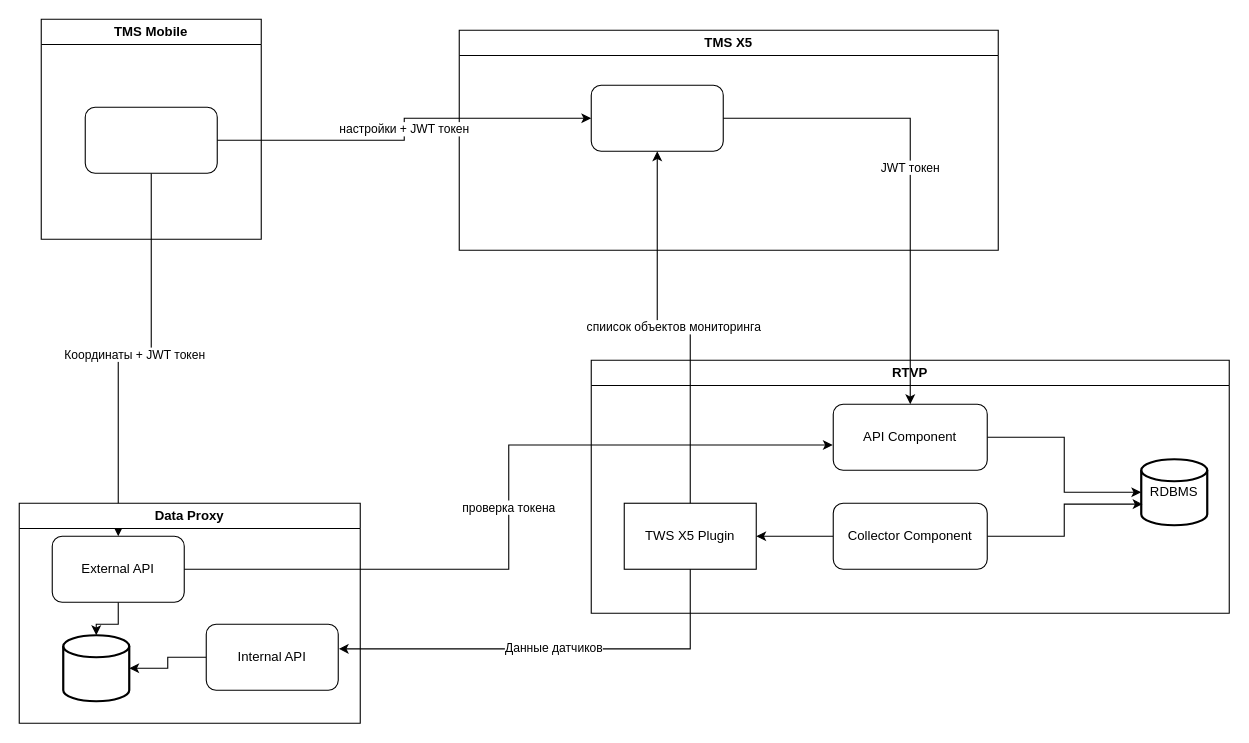
The draw.io diagram page "желательная" (1 of 2) of Untitled Diagram.drawio in andrewmashin/cv, before the edit. Source tidied: cells renumbered, new cells numbered last; positions are measured from the earlier drawing's top-left corner, leaving out a move shared by most shapes. Both pictures are drawn from the tidied source at 110%, with x=0, y=0 at pixel (19, 19).
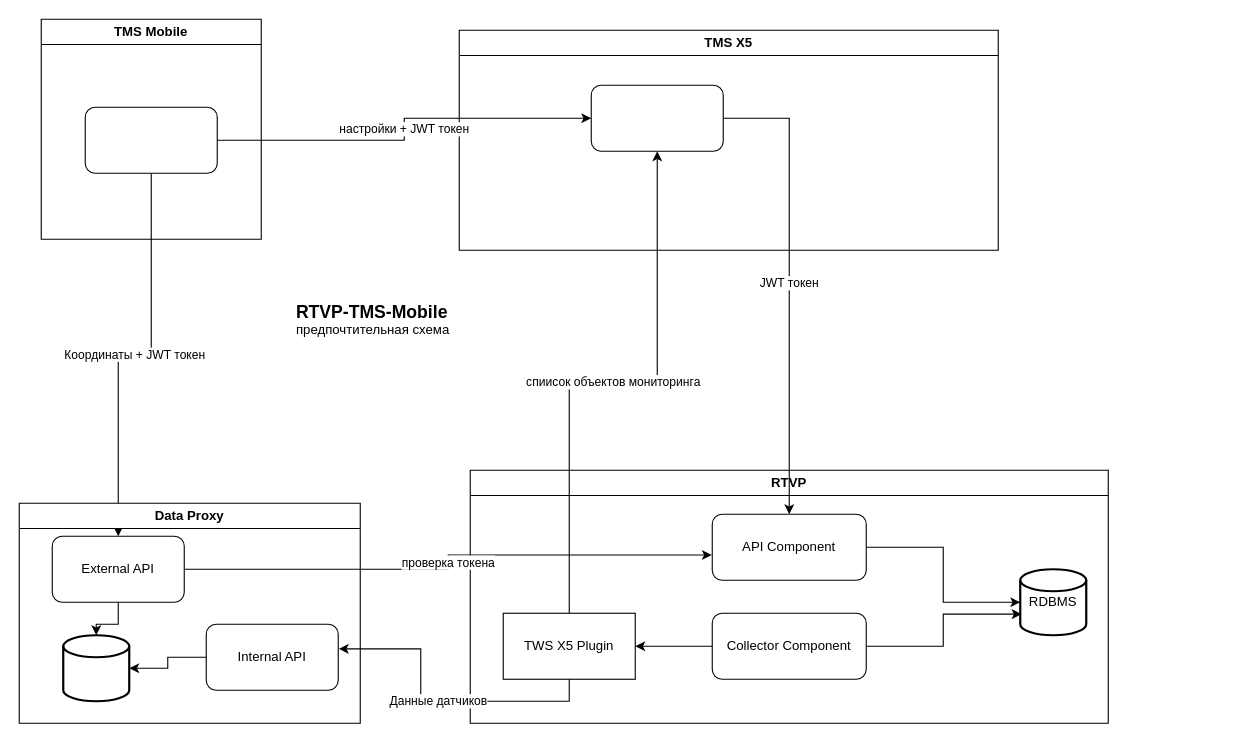
Above is the later version.

The change refers to these unchanged cells:
```xml
<mxCell id="9" value="API Component" style="rounded=1;whiteSpace=wrap;html=1;" parent="2" vertex="1">
  <mxGeometry x="220" y="40" width="140" height="60" as="geometry" />
</mxCell>
<mxCell id="11" style="rounded=1;whiteSpace=wrap;html=1;" parent="10" vertex="1">
  <mxGeometry x="120" y="50" width="120" height="60" as="geometry" />
</mxCell>
```

The edit, as a diff of the source:
```diff
@@
     <mxCell id="2" value="RTVP" style="swimlane;whiteSpace=wrap;html=1;" parent="1" vertex="1">
-      <mxGeometry x="520" y="310" width="580" height="230" as="geometry" />
+      <mxGeometry x="410" y="410" width="580" height="230" as="geometry" />
     </mxCell>
@@
-    <mxCell id="23" value="JWT токен" style="edgeStyle=orthogonalEdgeStyle;rounded=0;jettySize=auto;html=1;" parent="1" edge="1" source="11" target="9">
+    <mxCell id="23" value="JWT токен" style="edgeStyle=orthogonalEdgeStyle;rounded=0;jettySize=auto;html=1;exitX=1;exitY=0.5;exitDx=0;exitDy=0;" parent="1" edge="1" source="11" target="9">
       <mxGeometry relative="1" as="geometry" />
     </mxCell>
@@
+    <object id="26" label="&lt;font style=&quot;font-size: 16px&quot;&gt;&lt;b&gt;&lt;div style=&quot;text-align: left&quot;&gt;%c4Name%&lt;/div&gt;&lt;/b&gt;&lt;/font&gt;&lt;div style=&quot;text-align: left&quot;&gt;%c4Description%&lt;/div&gt;" c4Description="предпочтительная схема" c4Name="RTVP-TMS-Mobile" placeholders="1">
+      <mxCell style="text;html=1;strokeColor=none;fillColor=none;align=left;verticalAlign=top;whiteSpace=wrap;rounded=0;" parent="1" vertex="1">
+        <mxGeometry x="250" y="250" width="260" height="40" as="geometry" />
+      </mxCell>
+    </object>
```
